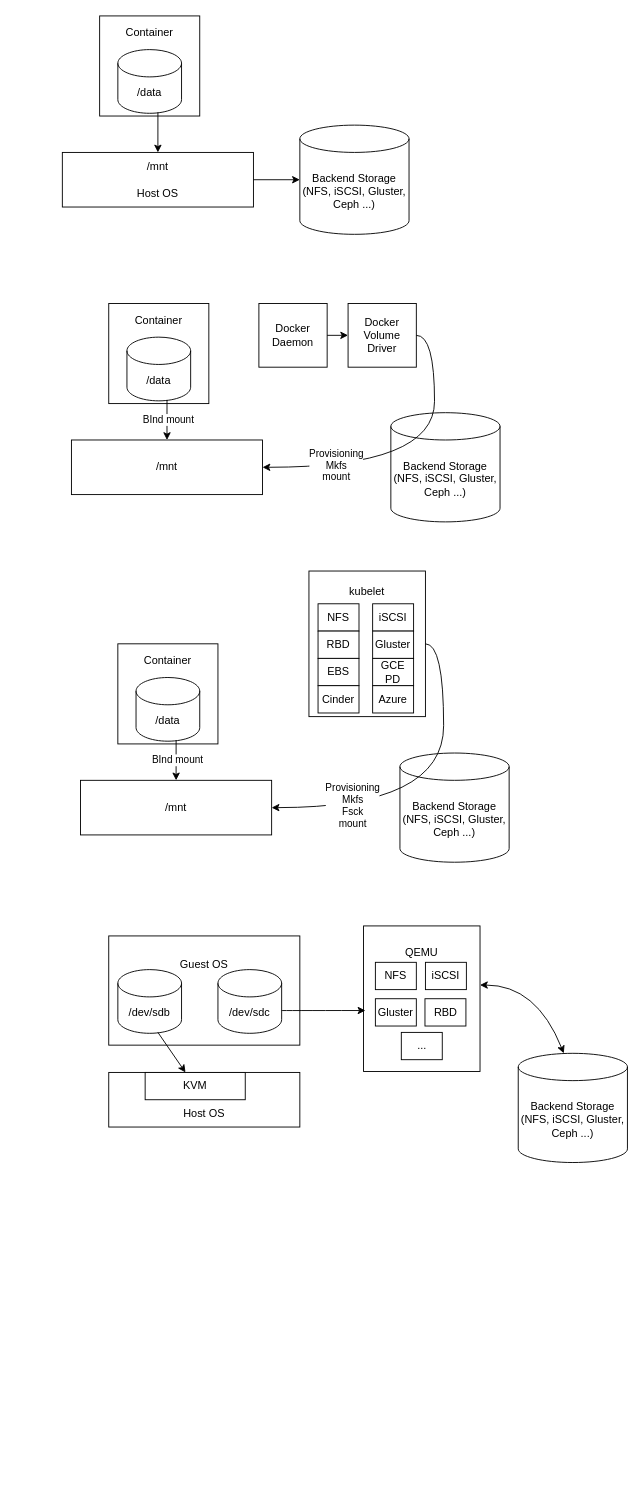
Before: qemu-tcmu.drawio in rickywoo/dadi.github.io, a draw.io diagram. Source tidied: cells renumbered, new cells numbered last; positions are measured from the earlier drawing's top-left corner, leaving out a move shared by most shapes. Both pictures are drawn from the tidied source at 91%, with x=0, y=0 at pixel (62, 15).
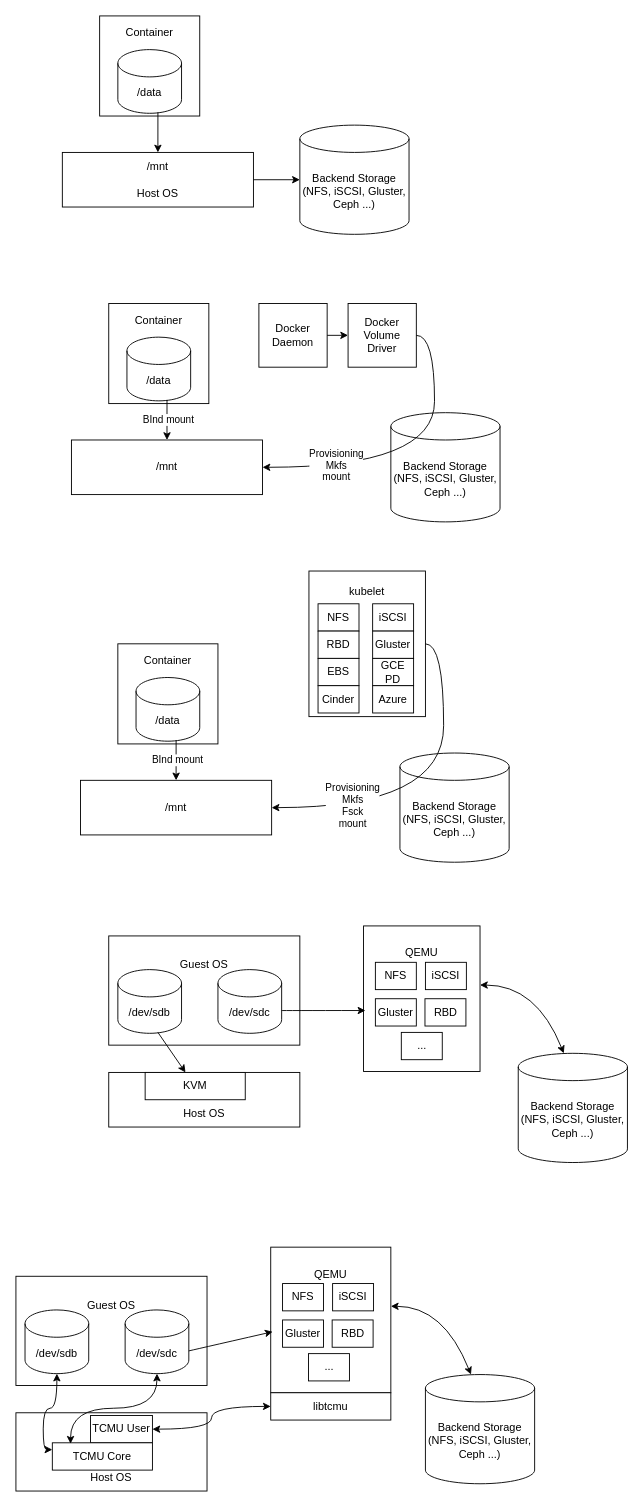
After the change.

The edit, as a diff of the source:
```diff
@@
+    <mxCell id="51" value="Guest OS&lt;br&gt;&lt;br&gt;&lt;br&gt;&lt;br&gt;&lt;br&gt;" style="rounded=0;whiteSpace=wrap;html=1;" parent="1" vertex="1">
+      <mxGeometry x="-51" y="1385" width="210" height="120" as="geometry" />
+    </mxCell>
+    <mxCell id="52" value="/dev/sdb" style="shape=cylinder3;whiteSpace=wrap;html=1;boundedLbl=1;backgroundOutline=1;size=15;" parent="1" vertex="1">
+      <mxGeometry x="-41" y="1422" width="70" height="70" as="geometry" />
+    </mxCell>
+    <mxCell id="53" value="&lt;br&gt;&lt;br&gt;&lt;br&gt;&lt;br&gt;Host OS" style="rounded=0;whiteSpace=wrap;html=1;" parent="1" vertex="1">
+      <mxGeometry x="-51" y="1535" width="210" height="86" as="geometry" />
+    </mxCell>
+    <mxCell id="54" value="Backend Storage&lt;br&gt;(NFS, iSCSI, Gluster, Ceph ...)" style="shape=cylinder3;whiteSpace=wrap;html=1;boundedLbl=1;backgroundOutline=1;size=15;" parent="1" vertex="1">
+      <mxGeometry x="399" y="1493" width="120" height="120" as="geometry" />
+    </mxCell>
+    <mxCell id="55" value="TCMU User" style="rounded=0;whiteSpace=wrap;html=1;" parent="1" vertex="1">
+      <mxGeometry x="31" y="1538" width="68" height="30" as="geometry" />
+    </mxCell>
+    <mxCell id="56" value="/dev/sdc" style="shape=cylinder3;whiteSpace=wrap;html=1;boundedLbl=1;backgroundOutline=1;size=15;" parent="1" vertex="1">
+      <mxGeometry x="69" y="1422" width="70" height="70" as="geometry" />
+    </mxCell>
+    <mxCell id="57" value="QEMU&lt;br&gt;&lt;br&gt;&lt;br&gt;&lt;br&gt;&lt;br&gt;&lt;br&gt;&lt;br&gt;&lt;br&gt;" style="rounded=0;whiteSpace=wrap;html=1;" parent="1" vertex="1">
+      <mxGeometry x="229" y="1353" width="132" height="160" as="geometry" />
+    </mxCell>
+    <mxCell id="58" value="NFS" style="rounded=0;whiteSpace=wrap;html=1;" parent="1" vertex="1">
+      <mxGeometry x="242" y="1393" width="45" height="30" as="geometry" />
+    </mxCell>
+    <mxCell id="59" value="iSCSI" style="rounded=0;whiteSpace=wrap;html=1;" parent="1" vertex="1">
+      <mxGeometry x="297" y="1393" width="45" height="30" as="geometry" />
+    </mxCell>
+    <mxCell id="60" value="Gluster" style="rounded=0;whiteSpace=wrap;html=1;" parent="1" vertex="1">
+      <mxGeometry x="242" y="1433" width="45" height="30" as="geometry" />
+    </mxCell>
+    <mxCell id="61" value="RBD" style="rounded=0;whiteSpace=wrap;html=1;" parent="1" vertex="1">
+      <mxGeometry x="296.5" y="1433" width="45" height="30" as="geometry" />
+    </mxCell>
+    <mxCell id="62" value="..." style="rounded=0;whiteSpace=wrap;html=1;" parent="1" vertex="1">
+      <mxGeometry x="270.5" y="1470" width="45" height="30" as="geometry" />
+    </mxCell>
+    <mxCell id="63" style="endArrow=classic;startArrow=classic;html=1;rounded=0;sketch=0;curved=1;entryX=0.417;entryY=0;entryDx=0;entryDy=0;entryPerimeter=0;exitX=1;exitY=0.406;exitDx=0;exitDy=0;exitPerimeter=0;" parent="1" edge="1" source="57" target="54">
+      <mxGeometry relative="1" as="geometry">
+        <Array as="points">
+          <mxPoint x="419" y="1418" />
+        </Array>
+      </mxGeometry>
+    </mxCell>
+    <mxCell id="64" style="endArrow=classic;html=1;rounded=0;sketch=0;curved=1;exitX=1;exitY=0;exitDx=0;exitDy=45;exitPerimeter=0;entryX=0.016;entryY=0.581;entryDx=0;entryDy=0;entryPerimeter=0;" parent="1" edge="1" source="56" target="57">
+      <mxGeometry relative="1" as="geometry" />
+    </mxCell>
+    <mxCell id="65" value="TCMU Core" style="rounded=0;whiteSpace=wrap;html=1;" parent="1" vertex="1">
+      <mxGeometry x="-11" y="1568" width="110" height="30" as="geometry" />
+    </mxCell>
+    <mxCell id="66" style="endArrow=classic;startArrow=classic;html=1;rounded=0;exitX=0.5;exitY=1;exitDx=0;exitDy=0;exitPerimeter=0;entryX=0;entryY=0.25;entryDx=0;entryDy=0;edgeStyle=orthogonalEdgeStyle;curved=1;" parent="1" edge="1" source="52" target="65">
+      <mxGeometry relative="1" as="geometry" />
+    </mxCell>
+    <mxCell id="67" style="endArrow=classic;startArrow=classic;html=1;rounded=0;entryX=0.182;entryY=0.033;entryDx=0;entryDy=0;entryPerimeter=0;edgeStyle=orthogonalEdgeStyle;curved=1;" parent="1" edge="1" source="56" target="65">
+      <mxGeometry relative="1" as="geometry" />
+    </mxCell>
+    <mxCell id="68" value="libtcmu" style="rounded=0;whiteSpace=wrap;html=1;" parent="1" vertex="1">
+      <mxGeometry x="229" y="1513" width="132" height="30" as="geometry" />
+    </mxCell>
+    <mxCell id="69" style="endArrow=classic;startArrow=classic;html=1;rounded=0;curved=1;entryX=0;entryY=0.5;entryDx=0;entryDy=0;edgeStyle=orthogonalEdgeStyle;exitX=1;exitY=0.5;exitDx=0;exitDy=0;" parent="1" edge="1" source="55" target="68">
+      <mxGeometry relative="1" as="geometry" />
+    </mxCell>
```
